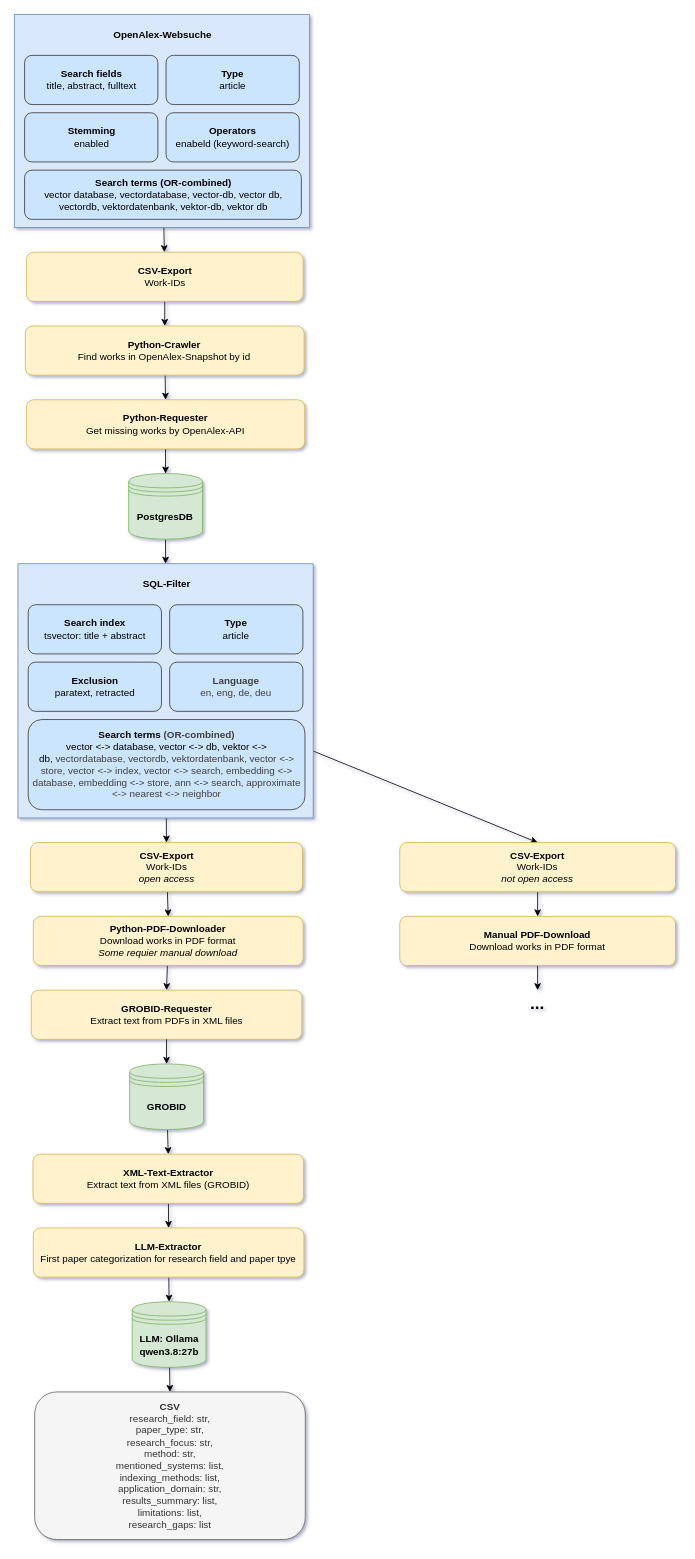
The draw.io diagram database/doc/concept.dio in dkrakau/arm, before the edit. Source tidied: cells renumbered, new cells numbered last; positions are measured from the earlier drawing's top-left corner, leaving out a move shared by most shapes. Both pictures are drawn from the tidied source at 82%, with x=0, y=0 at pixel (14, 14).
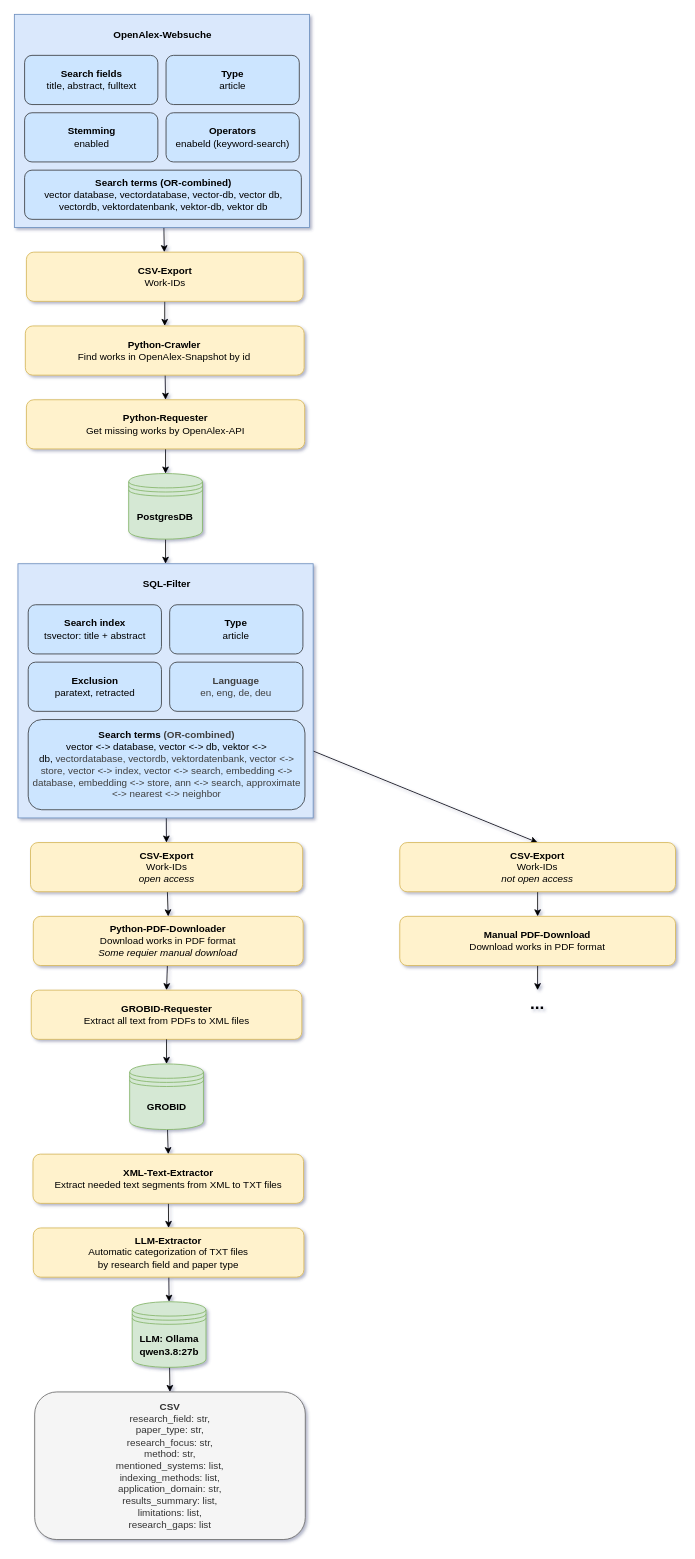
The same page after the edit.

Commit message (it also covers changes not shown here):
Fix typos in pipeline concept

Change to the diagram source:
```diff
@@
-    <mxCell id="31" value="&lt;b&gt;GROBID-Requester&lt;/b&gt;&lt;br&gt;&lt;div&gt;Extract text from PDFs in XML files&lt;/div&gt;" style="rounded=1;whiteSpace=wrap;html=1;fillColor=#fff2cc;strokeColor=#d6b656;" parent="1" vertex="1">
+    <mxCell id="31" value="&lt;b&gt;GROBID-Requester&lt;/b&gt;&lt;br&gt;&lt;div&gt;Extract all text from PDFs to XML files&lt;/div&gt;" style="rounded=1;whiteSpace=wrap;html=1;fillColor=#fff2cc;strokeColor=#d6b656;" parent="1" vertex="1">
       <mxGeometry x="20.6" y="1190" width="330" height="60" as="geometry" />
     </mxCell>
@@
-    <mxCell id="37" value="&lt;b&gt;LLM-Extractor&lt;/b&gt;&lt;br&gt;&lt;div&gt;First paper categorization for research field and paper tpye&lt;/div&gt;" style="rounded=1;whiteSpace=wrap;html=1;fillColor=#fff2cc;strokeColor=#d6b656;" parent="1" vertex="1">
+    <mxCell id="37" value="&lt;b&gt;LLM-Extractor&lt;/b&gt;&lt;br&gt;&lt;div&gt;Automatic categorization of TXT files&lt;/div&gt;&lt;div&gt;by research field and paper type&lt;/div&gt;" style="rounded=1;whiteSpace=wrap;html=1;fillColor=#fff2cc;strokeColor=#d6b656;" parent="1" vertex="1">
       <mxGeometry x="23.1" y="1480" width="330" height="60" as="geometry" />
     </mxCell>
@@
-    <mxCell id="46" value="&lt;b&gt;XML-Text-Extractor&lt;/b&gt;&lt;br&gt;&lt;div&gt;Extract text from XML files (GROBID)&lt;/div&gt;" style="rounded=1;whiteSpace=wrap;html=1;fillColor=#fff2cc;strokeColor=#d6b656;" parent="1" vertex="1">
+    <mxCell id="46" value="&lt;b&gt;XML-Text-Extractor&lt;/b&gt;&lt;br&gt;&lt;div&gt;Extract needed text segments from XML to TXT files&lt;/div&gt;" style="rounded=1;whiteSpace=wrap;html=1;fillColor=#fff2cc;strokeColor=#d6b656;" parent="1" vertex="1">
       <mxGeometry x="22.7" y="1390" width="330" height="60" as="geometry" />
     </mxCell>
```
